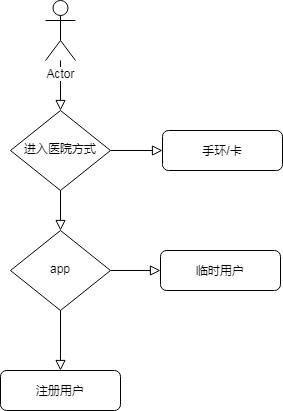
Above: 闸机.png in yin8133/imageFile (draw.io), before the change. Source tidied: cells renumbered, new cells last; positions are measured from the earlier drawing's top-left corner, leaving out a move shared by most shapes.
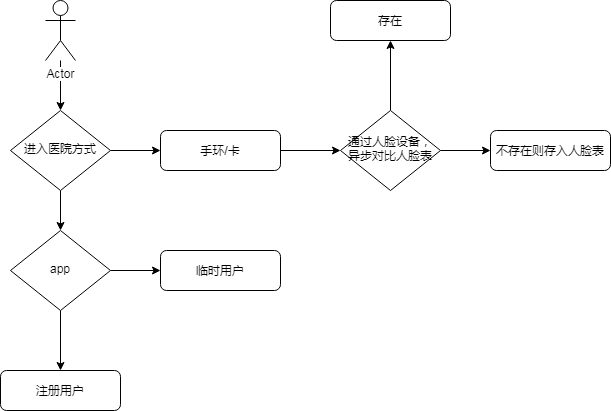
After the change.

Diff of the diagram source:
```diff
@@ -2,28 +2,28 @@
   <root>
     <mxCell id="0" />
     <mxCell id="1" parent="0" />
-    <mxCell id="2" style="rounded=0;html=1;jettySize=auto;fontSize=11;endArrow=block;endFill=0;endSize=8;strokeWidth=1;shadow=0;labelBackgroundColor=none;edgeStyle=orthogonalEdgeStyle;" parent="1" edge="1" target="5">
-      <mxGeometry relative="1" as="geometry">
-        <mxPoint x="60" y="60" as="sourcePoint" />
-      </mxGeometry>
-    </mxCell>
+    <mxCell id="13" style="edgeStyle=orthogonalEdgeStyle;rounded=0;jettySize=auto;html=1;exitX=1;exitY=0.5;exitDx=0;exitDy=0;" parent="1" edge="1" source="5">
+      <mxGeometry relative="1" as="geometry">
+        <mxPoint x="160" y="150" as="targetPoint" />
+      </mxGeometry>
+    </mxCell>
-    <mxCell id="3" style="html=1;jettySize=auto;fontSize=11;endArrow=block;endFill=0;endSize=8;strokeWidth=1;shadow=0;labelBackgroundColor=none;edgeStyle=orthogonalEdgeStyle;rounded=0;" parent="1" edge="1" source="5" target="9">
-      <mxGeometry y="20" relative="1" as="geometry" />
+    <mxCell id="3" style="edgeStyle=orthogonalEdgeStyle;rounded=0;jettySize=auto;html=1;exitX=0.5;exitY=1;exitDx=0;exitDy=0;entryX=0.5;entryY=0;entryDx=0;entryDy=0;" parent="1" edge="1" source="5" target="9">
+      <mxGeometry relative="1" as="geometry" />
     </mxCell>
-    <mxCell id="4" style="edgeStyle=orthogonalEdgeStyle;rounded=0;html=1;jettySize=auto;fontSize=11;endArrow=block;endFill=0;endSize=8;strokeWidth=1;shadow=0;labelBackgroundColor=none;" parent="1" edge="1" source="5" target="6">
-      <mxGeometry x="-0.2" y="20" relative="1" as="geometry" />
-    </mxCell>
     <mxCell id="5" value="进入医院方式" style="rhombus;whiteSpace=wrap;html=1;shadow=0;fontFamily=Helvetica;fontSize=12;align=center;strokeWidth=1;spacing=6;spacingTop=-4;" parent="1" vertex="1">
       <mxGeometry x="10" y="110" width="100" height="80" as="geometry" />
     </mxCell>
+    <mxCell id="14" style="edgeStyle=orthogonalEdgeStyle;rounded=0;jettySize=auto;html=1;exitX=1;exitY=0.5;exitDx=0;exitDy=0;entryX=0;entryY=0.5;entryDx=0;entryDy=0;" parent="1" edge="1" source="6" target="18">
+      <mxGeometry relative="1" as="geometry" />
+    </mxCell>
     <mxCell id="6" value="手环/卡" style="rounded=1;whiteSpace=wrap;html=1;fontSize=12;glass=0;strokeWidth=1;shadow=0;" parent="1" vertex="1">
-      <mxGeometry x="162" y="130" width="120" height="40" as="geometry" />
+      <mxGeometry x="160" y="130" width="120" height="40" as="geometry" />
     </mxCell>
-    <mxCell id="7" style="rounded=0;html=1;jettySize=auto;fontSize=11;endArrow=block;endFill=0;endSize=8;strokeWidth=1;shadow=0;labelBackgroundColor=none;edgeStyle=orthogonalEdgeStyle;" parent="1" edge="1" source="9" target="10">
-      <mxGeometry x="0.33" y="20" relative="1" as="geometry" />
+    <mxCell id="7" style="edgeStyle=orthogonalEdgeStyle;rounded=0;jettySize=auto;html=1;exitX=0.5;exitY=1;exitDx=0;exitDy=0;entryX=0.5;entryY=0;entryDx=0;entryDy=0;" parent="1" edge="1" source="9" target="10">
+      <mxGeometry relative="1" as="geometry" />
     </mxCell>
-    <mxCell id="8" style="edgeStyle=orthogonalEdgeStyle;rounded=0;html=1;jettySize=auto;fontSize=11;endArrow=block;endFill=0;endSize=8;strokeWidth=1;shadow=0;labelBackgroundColor=none;" parent="1" edge="1" source="9" target="11">
-      <mxGeometry y="10" relative="1" as="geometry" />
+    <mxCell id="8" style="edgeStyle=orthogonalEdgeStyle;rounded=0;jettySize=auto;html=1;exitX=1;exitY=0.5;exitDx=0;exitDy=0;entryX=0;entryY=0.5;entryDx=0;entryDy=0;" parent="1" edge="1" source="9" target="11">
+      <mxGeometry relative="1" as="geometry" />
     </mxCell>
     <mxCell id="9" value="app" style="rhombus;whiteSpace=wrap;html=1;shadow=0;fontFamily=Helvetica;fontSize=12;align=center;strokeWidth=1;spacing=6;spacingTop=-4;" parent="1" vertex="1">
       <mxGeometry x="10" y="230" width="100" height="80" as="geometry" />
@@ -34,8 +34,30 @@
     <mxCell id="11" value="临时用户" style="rounded=1;whiteSpace=wrap;html=1;fontSize=12;glass=0;strokeWidth=1;shadow=0;" parent="1" vertex="1">
       <mxGeometry x="160" y="250" width="120" height="40" as="geometry" />
     </mxCell>
+    <mxCell id="15" style="edgeStyle=orthogonalEdgeStyle;rounded=0;jettySize=auto;html=1;entryX=0.5;entryY=0;entryDx=0;entryDy=0;" parent="1" edge="1" source="12" target="5">
+      <mxGeometry relative="1" as="geometry" />
+    </mxCell>
     <mxCell id="12" value="Actor" style="shape=umlActor;verticalLabelPosition=bottom;labelBackgroundColor=#ffffff;verticalAlign=top;html=1;outlineConnect=0;" parent="1" vertex="1">
       <mxGeometry x="45" width="30" height="60" as="geometry" />
     </mxCell>
+    <mxCell id="16" style="edgeStyle=orthogonalEdgeStyle;rounded=0;jettySize=auto;html=1;exitX=1;exitY=0.5;exitDx=0;exitDy=0;" parent="1" edge="1" source="18">
+      <mxGeometry relative="1" as="geometry">
+        <mxPoint x="490" y="150" as="targetPoint" />
+      </mxGeometry>
+    </mxCell>
+    <mxCell id="17" style="edgeStyle=orthogonalEdgeStyle;rounded=0;jettySize=auto;html=1;exitX=0.5;exitY=0;exitDx=0;exitDy=0;" parent="1" edge="1" source="18">
+      <mxGeometry relative="1" as="geometry">
+        <mxPoint x="390" y="40" as="targetPoint" />
+      </mxGeometry>
+    </mxCell>
+    <mxCell id="18" value="通过人脸设备，异步对比人脸表" style="rhombus;whiteSpace=wrap;html=1;shadow=0;fontFamily=Helvetica;fontSize=12;align=center;strokeWidth=1;spacing=6;spacingTop=-4;" parent="1" vertex="1">
+      <mxGeometry x="340" y="110" width="100" height="80" as="geometry" />
+    </mxCell>
+    <mxCell id="19" value="存在" style="rounded=1;whiteSpace=wrap;html=1;fontSize=12;glass=0;strokeWidth=1;shadow=0;" parent="1" vertex="1">
+      <mxGeometry x="330" width="120" height="40" as="geometry" />
+    </mxCell>
+    <mxCell id="20" value="不存在则存入人脸表" style="rounded=1;whiteSpace=wrap;html=1;fontSize=12;glass=0;strokeWidth=1;shadow=0;" parent="1" vertex="1">
+      <mxGeometry x="490" y="130" width="120" height="40" as="geometry" />
+    </mxCell>
   </root>
 </mxGraphModel>
```
